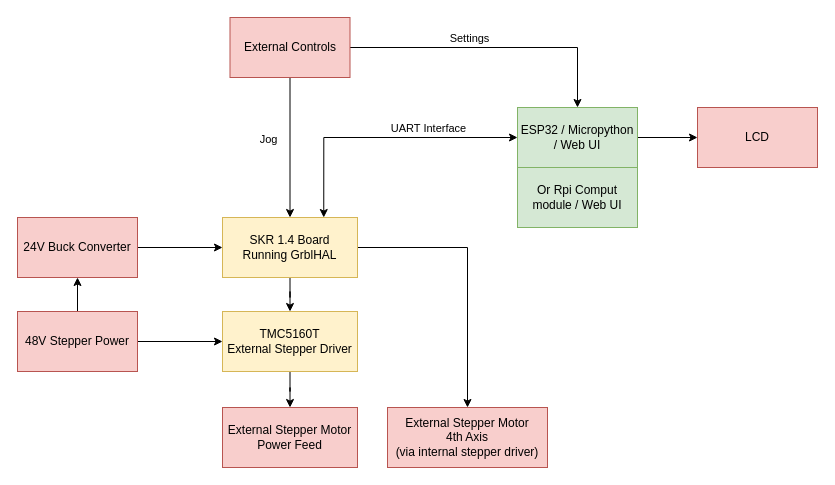
Earlier version of the draw.io diagram power-feed/Layout1.drawio (HACManchester/Tools.MillingMachine). Source tidied: cells renumbered, new cells numbered last; positions are measured from the earlier drawing's top-left corner, leaving out a move shared by most shapes. Both pictures are drawn from the tidied source at 100%, with x=0, y=0 at pixel (17, 17).
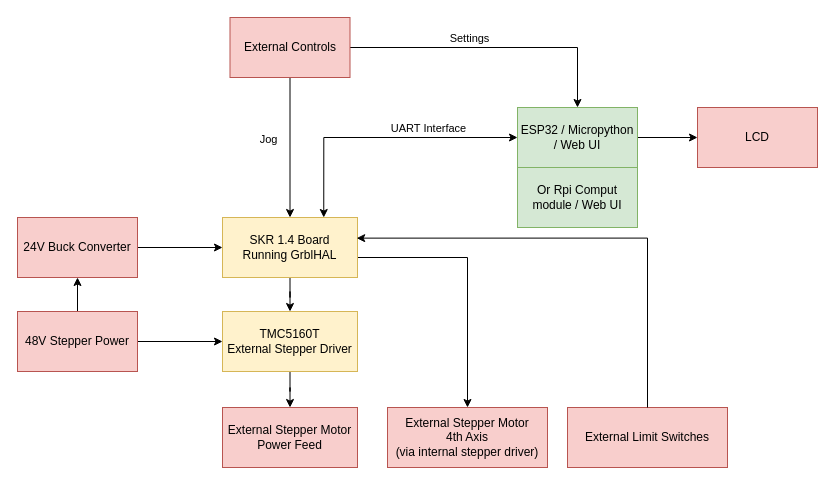
The same page after the edit.

Unchanged cells that the change refers to:
```xml
<mxCell id="7" value="SKR 1.4 Board&lt;br&gt;Running GrblHAL" style="rounded=0;whiteSpace=wrap;html=1;fillColor=#fff2cc;strokeColor=#d6b656;" parent="1" vertex="1">
  <mxGeometry x="205" y="200" width="135" height="60" as="geometry" />
</mxCell>
<mxCell id="8" value="External Stepper Motor&lt;br&gt;4th Axis&lt;br&gt;(via internal stepper driver)" style="rounded=0;whiteSpace=wrap;html=1;fillColor=#f8cecc;strokeColor=#b85450;" parent="1" vertex="1">
  <mxGeometry x="370" y="390" width="160" height="60" as="geometry" />
</mxCell>
```

Diff of the diagram source:
```diff
@@
     <mxCell id="6" style="edgeStyle=orthogonalEdgeStyle;rounded=0;jettySize=auto;html=1;entryX=0.5;entryY=0;entryDx=0;entryDy=0;" parent="1" edge="1" source="7" target="8">
-      <mxGeometry relative="1" as="geometry" />
+      <mxGeometry relative="1" as="geometry">
+        <Array as="points">
+          <mxPoint x="450" y="240" />
+        </Array>
+      </mxGeometry>
     </mxCell>
@@
+    <mxCell id="25" value="External Limit Switches" style="rounded=0;whiteSpace=wrap;html=1;fillColor=#f8cecc;strokeColor=#b85450;" parent="1" vertex="1">
+      <mxGeometry x="550" y="390" width="160" height="60" as="geometry" />
+    </mxCell>
+    <mxCell id="26" style="edgeStyle=orthogonalEdgeStyle;rounded=0;jettySize=auto;html=1;entryX=0.994;entryY=0.344;entryDx=0;entryDy=0;entryPerimeter=0;" parent="1" edge="1" source="25" target="7">
+      <mxGeometry relative="1" as="geometry">
+        <Array as="points">
+          <mxPoint x="630" y="221" />
+        </Array>
+      </mxGeometry>
+    </mxCell>
```
